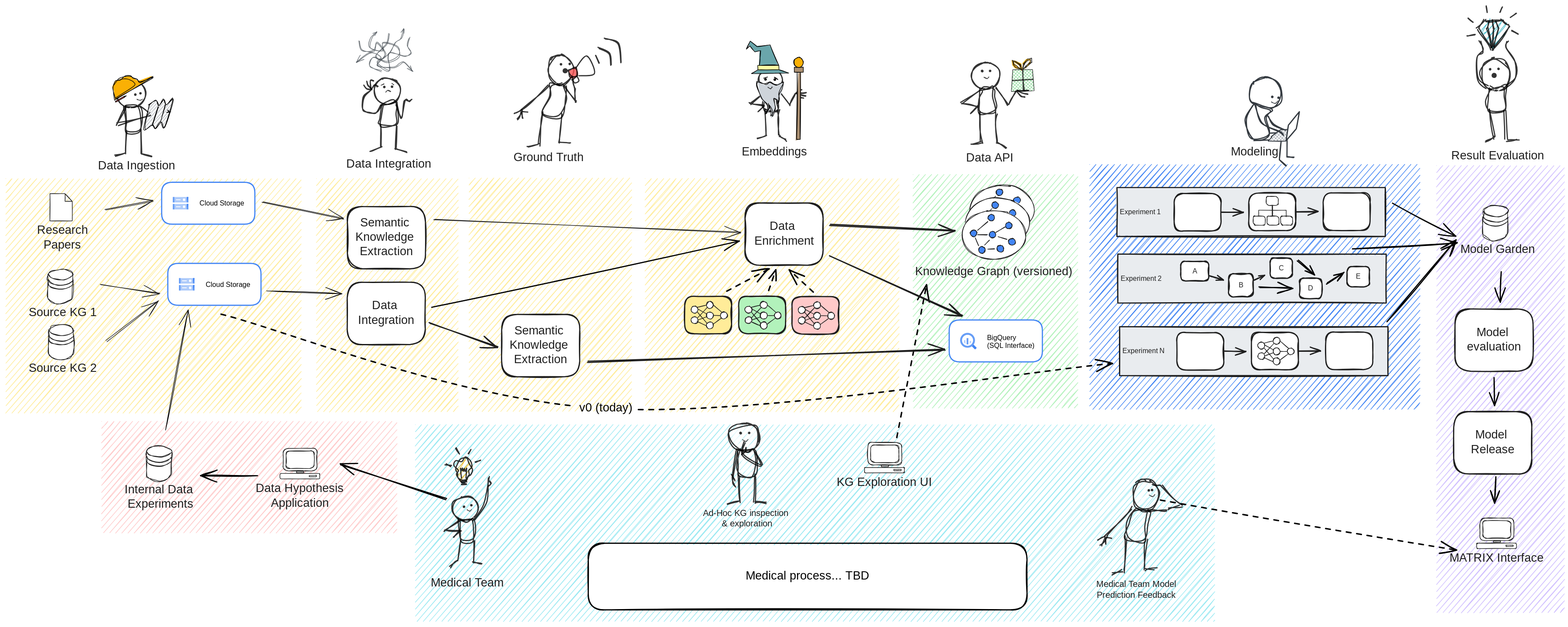
The Excalidraw diagram docs/src/assets/img/e2e_flow_simple.excalidraw.svg in everycure-org/matrix, before a commit. Source tidied: one line per element, renumbered; positions are measured from the earlier drawing's top-left corner, leaving out a move shared by most shapes.
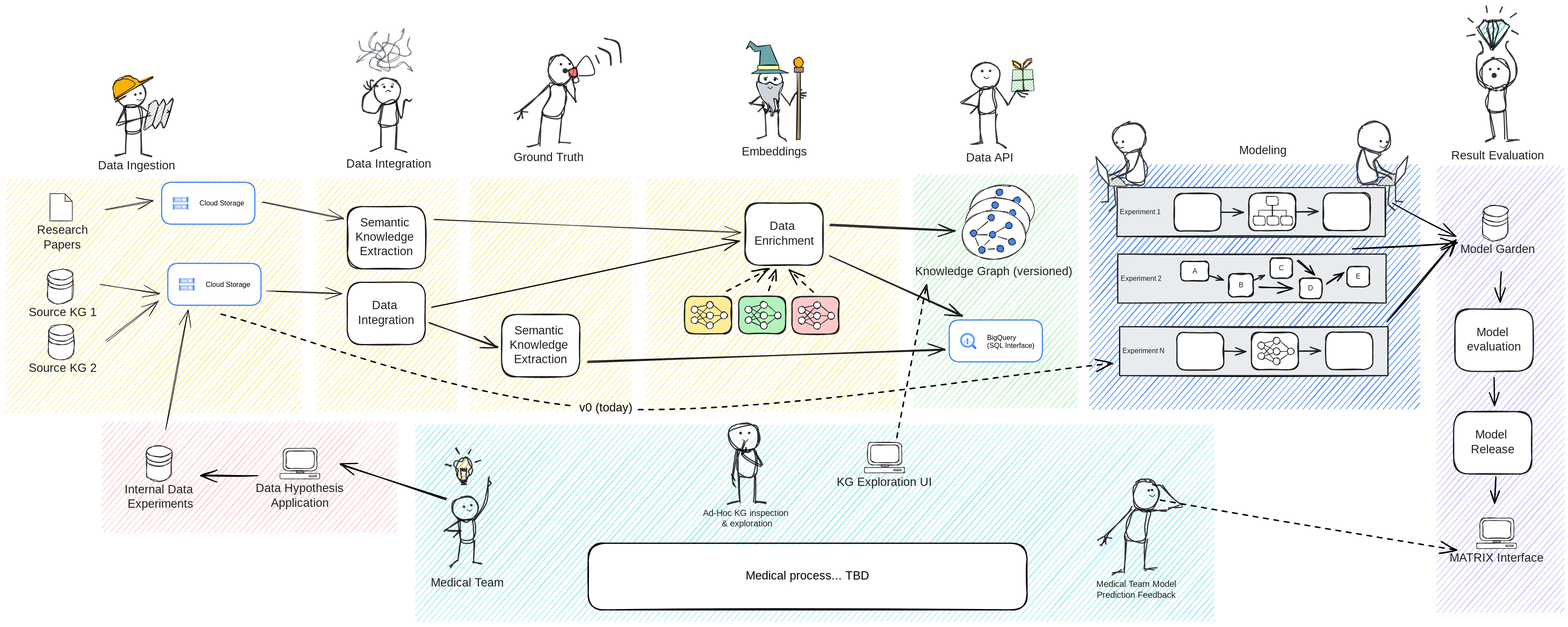
The same file after the commit.

Change to the diagram source:
```diff
@@ -373,21 +373,21 @@
 {"id": 372, "type": "arrow", "strokeColor": "#000000", "backgroundColor": "#b2f2bb", "fillStyle": "solid", "strokeWidth": 2, "strokeStyle": "dashed", "roughness": 1, "endArrowhead": "arrow", "round": true, "from": 339, "to": 94, "x": 1237, "y": 490, "width": 73, "height": 38, "points": [[0, 0], [73, -38]]}
 {"id": 373, "type": "arrow", "strokeColor": "#000000", "backgroundColor": "#ffc9c9", "fillStyle": "solid", "strokeWidth": 2, "strokeStyle": "dashed", "roughness": 1, "endArrowhead": "arrow", "round": true, "from": 75, "to": 114, "x": 369, "y": 529, "width": 1531, "height": 162, "points": [[0, 0], [660, 162], [1531, 85]]}
 {"id": 374, "type": "text", "text": "v0 (today)", "strokeColor": "#000000", "backgroundColor": "#ffc9c9", "fillStyle": "solid", "strokeWidth": 2, "strokeStyle": "dashed", "roughness": 1, "fontSize": 20, "fontFamily": 1, "textAlign": "center", "verticalAlign": "middle", "inside": 373, "x": 702, "y": 324, "width": 106, "height": 25}
-{"id": 375, "type": "text", "text": "Modeling", "strokeColor": "#1e1e1e", "backgroundColor": "#fff", "fillStyle": "solid", "strokeWidth": 1, "roughness": 1, "fontSize": 20, "fontFamily": 1, "textAlign": "center", "x": 2105, "y": 239, "width": 78, "height": 25}
+{"id": 375, "type": "text", "text": "Modeling", "strokeColor": "#1e1e1e", "backgroundColor": "#fff", "fillStyle": "solid", "strokeWidth": 1, "roughness": 1, "fontSize": 20, "fontFamily": 1, "textAlign": "center", "x": 2120, "y": 236, "width": 78, "height": 25}
-{"id": 376, "type": "ellipse", "strokeColor": "#343a40", "backgroundColor": "#ffffff", "fillStyle": "hachure", "strokeWidth": 2, "roughness": 2, "x": 2134, "y": 123, "width": 57, "height": 54}
+{"id": 376, "type": "ellipse", "strokeColor": "#343a40", "backgroundColor": "#ffffff", "fillStyle": "hachure", "strokeWidth": 2, "roughness": 2, "x": 2320, "y": 199, "width": 57, "height": 54}
-{"id": 377, "type": "line", "strokeColor": "#343a40", "backgroundColor": "#ffffff", "fillStyle": "solid", "strokeWidth": 2, "roughness": 2, "round": true, "x": 2144, "y": 169, "width": 40, "height": 59, "points": [[0, 0], [-13, 24], [-5, 59], [25, 53], [18, 25], [27, 8], [10, 5], [0, 0]]}
+{"id": 377, "type": "line", "strokeColor": "#343a40", "backgroundColor": "#ffffff", "fillStyle": "solid", "strokeWidth": 2, "roughness": 2, "round": true, "x": 2330, "y": 245, "width": 35, "height": 59, "points": [[0, 0], [-8, 27], [-5, 59], [25, 53], [18, 25], [27, 8], [10, 5], [0, 0]]}
-{"id": 378, "type": "freedraw", "strokeColor": "#343a40", "backgroundColor": "#ffffff", "fillStyle": "cross-hatch", "strokeWidth": 1, "roughness": 1, "x": 2174, "y": 156, "width": 0, "height": 0, "points": [[0, 0], [0, 0]]}
+{"id": 378, "type": "freedraw", "strokeColor": "#343a40", "backgroundColor": "#ffffff", "fillStyle": "cross-hatch", "strokeWidth": 1, "roughness": 1, "x": 2361, "y": 232, "width": 0, "height": 0, "points": [[0, 0], [0, 0]]}
-{"id": 379, "type": "freedraw", "strokeColor": "#343a40", "backgroundColor": "#ffffff", "fillStyle": "cross-hatch", "strokeWidth": 1, "roughness": 1, "x": 2185, "y": 158, "width": 0, "height": 1, "points": [[0, 0], [0, -1], [0, 0]]}
+{"id": 379, "type": "freedraw", "strokeColor": "#343a40", "backgroundColor": "#ffffff", "fillStyle": "cross-hatch", "strokeWidth": 1, "roughness": 1, "x": 2371, "y": 234, "width": 0, "height": 1, "points": [[0, 0], [0, -1], [0, 0]]}
-{"id": 380, "type": "line", "strokeColor": "#343a40", "angle": 3.15, "backgroundColor": "#ffffff", "fillStyle": "cross-hatch", "strokeWidth": 1, "roughness": 1, "round": true, "x": 2173, "y": 167, "width": 10, "height": 4, "points": [[0, 0], [4, -4], [10, -2]]}
+{"id": 380, "type": "line", "strokeColor": "#343a40", "angle": 3.15, "backgroundColor": "#ffffff", "fillStyle": "cross-hatch", "strokeWidth": 1, "roughness": 1, "round": true, "x": 2359, "y": 243, "width": 10, "height": 4, "points": [[0, 0], [4, -4], [10, -2]]}
-{"id": 381, "type": "line", "strokeColor": "#343a40", "backgroundColor": "#ffffff", "fillStyle": "solid", "strokeWidth": 2, "roughness": 1, "x": 2170, "y": 218, "width": 30, "height": 43, "points": [[0, 0], [30, -2], [29, 41]]}
+{"id": 381, "type": "line", "strokeColor": "#343a40", "backgroundColor": "#ffffff", "fillStyle": "solid", "strokeWidth": 2, "roughness": 1, "x": 2356, "y": 295, "width": 30, "height": 43, "points": [[0, 0], [30, -2], [29, 41]]}
-{"id": 382, "type": "line", "strokeColor": "#343a40", "backgroundColor": "#ffffff", "fillStyle": "solid", "strokeWidth": 2, "roughness": 1, "x": 2143, "y": 231, "width": 47, "height": 35, "points": [[0, 0], [47, -2], [44, 33]]}
+{"id": 382, "type": "line", "strokeColor": "#343a40", "backgroundColor": "#ffffff", "fillStyle": "solid", "strokeWidth": 2, "roughness": 1, "x": 2329, "y": 307, "width": 47, "height": 35, "points": [[0, 0], [47, -2], [44, 33]]}
-{"id": 383, "type": "line", "strokeColor": "#343a40", "backgroundColor": "#ffffff", "fillStyle": "solid", "strokeWidth": 2, "roughness": 1, "round": true, "x": 2187, "y": 265, "width": 11, "height": 10, "points": [[0, 0], [11, 10]]}
+{"id": 383, "type": "line", "strokeColor": "#343a40", "backgroundColor": "#ffffff", "fillStyle": "solid", "strokeWidth": 2, "roughness": 1, "round": true, "x": 2373, "y": 341, "width": 11, "height": 10, "points": [[0, 0], [11, 10]]}
-{"id": 384, "type": "line", "strokeColor": "#343a40", "backgroundColor": "#ffffff", "fillStyle": "solid", "strokeWidth": 2, "roughness": 1, "round": true, "x": 2200, "y": 259, "width": 11, "height": 1, "points": [[0, 0], [11, 1]]}
+{"id": 384, "type": "line", "strokeColor": "#343a40", "backgroundColor": "#ffffff", "fillStyle": "solid", "strokeWidth": 2, "roughness": 1, "round": true, "x": 2386, "y": 335, "width": 11, "height": 1, "points": [[0, 0], [11, 1]]}
-{"id": 385, "type": "line", "strokeColor": "#343a40", "backgroundColor": "#ffffff", "fillStyle": "solid", "strokeWidth": 1, "roughness": 1, "x": 2172, "y": 225, "width": 47, "height": 20, "points": [[0, 0], [16, -12], [42, -13], [25, 8], [-5, 8], [2, 0]]}
+{"id": 385, "type": "line", "strokeColor": "#343a40", "backgroundColor": "#ffffff", "fillStyle": "solid", "strokeWidth": 1, "roughness": 1, "x": 2359, "y": 301, "width": 47, "height": 20, "points": [[0, 0], [16, -12], [42, -13], [25, 8], [-5, 8], [2, 0]]}
-{"id": 386, "type": "line", "strokeColor": "#343a40", "backgroundColor": "#868e96", "fillStyle": "cross-hatch", "strokeWidth": 1, "roughness": 1, "x": 2172, "y": 225, "width": 47, "height": 20, "points": [[0, 0], [16, -12], [42, -13], [25, 8], [-5, 8], [2, 0]]}
+{"id": 386, "type": "line", "strokeColor": "#343a40", "backgroundColor": "#868e96", "fillStyle": "cross-hatch", "strokeWidth": 1, "roughness": 1, "x": 2358, "y": 301, "width": 47, "height": 20, "points": [[0, 0], [16, -12], [42, -13], [25, 8], [-5, 8], [2, 0]]}
-{"id": 387, "type": "line", "strokeColor": "#343a40", "backgroundColor": "#ffffff", "fillStyle": "solid", "strokeWidth": 2, "roughness": 1, "x": 2198, "y": 231, "width": 23, "height": 50, "points": [[0, 0], [4, -27], [23, -50], [18, -20], [0, 0]]}
+{"id": 387, "type": "line", "strokeColor": "#343a40", "backgroundColor": "#ffffff", "fillStyle": "solid", "strokeWidth": 2, "roughness": 1, "x": 2384, "y": 307, "width": 23, "height": 50, "points": [[0, 0], [4, -27], [23, -50], [18, -20], [0, 0]]}
-{"id": 388, "type": "line", "strokeColor": "#343a40", "backgroundColor": "#ffffff", "fillStyle": "solid", "strokeWidth": 2, "roughness": 1, "round": true, "x": 2166, "y": 188, "width": 30, "height": 25, "points": [[0, 0], [11, 15], [30, 25]]}
+{"id": 388, "type": "line", "strokeColor": "#343a40", "backgroundColor": "#ffffff", "fillStyle": "solid", "strokeWidth": 2, "roughness": 1, "round": true, "x": 2352, "y": 264, "width": 30, "height": 25, "points": [[0, 0], [11, 15], [30, 25]]}
-{"id": 389, "type": "line", "strokeColor": "#343a40", "backgroundColor": "#ffffff", "fillStyle": "solid", "strokeWidth": 2, "roughness": 1, "round": true, "x": 2146, "y": 171, "width": 47, "height": 50, "points": [[0, 0], [11, 31], [40, 46], [47, 50]]}
+{"id": 389, "type": "line", "strokeColor": "#343a40", "backgroundColor": "#ffffff", "fillStyle": "solid", "strokeWidth": 2, "roughness": 1, "round": true, "x": 2332, "y": 247, "width": 47, "height": 50, "points": [[0, 0], [11, 31], [40, 46], [47, 50]]}
 {"id": 390, "type": "ellipse", "strokeColor": "#1e1e1e", "backgroundColor": "#fff", "fillStyle": "solid", "strokeWidth": 1, "roughness": 1, "opacity": 0, "x": 39, "y": 301, "width": 117, "height": 117}
 {"id": 391, "type": "line", "strokeColor": "#1e1e1e", "backgroundColor": "#fff", "fillStyle": "solid", "strokeWidth": 1, "roughness": 1, "x": 76, "y": 322, "width": 38, "height": 47, "points": [[0, 0], [0, 47], [38, 47], [38, 13], [26, 13], [26, 0], [38, 13], [26, 0], [0, 0]]}
 {"id": 392, "type": "text", "text": "Research\nPapers", "strokeColor": "#1e1e1e", "backgroundColor": "#fff", "fillStyle": "solid", "strokeWidth": 1, "roughness": 1, "fontSize": 20, "fontFamily": 1, "textAlign": "center", "x": 53, "y": 373, "width": 88, "height": 50}
@@ -458,3 +458,17 @@
 {"id": 457, "type": "arrow", "strokeColor": "#1e1e1e", "backgroundColor": "#ffec99", "fillStyle": "solid", "strokeWidth": 2, "roughness": 1, "endArrowhead": "arrow", "round": true, "from": 94, "to": 50, "x": 1416, "y": 376, "width": 214, "height": 10, "points": [[0, 0], [214, 10]]}
 {"id": 458, "type": "arrow", "strokeColor": "#1e1e1e", "backgroundColor": "#ffec99", "fillStyle": "solid", "strokeWidth": 2, "roughness": 1, "endArrowhead": "arrow", "round": true, "from": 89, "to": 454, "x": 728, "y": 545, "width": 116, "height": 40, "points": [[0, 0], [116, 40]]}
 {"id": 459, "type": "arrow", "strokeColor": "#1e1e1e", "backgroundColor": "#ffec99", "fillStyle": "solid", "strokeWidth": 2, "roughness": 1, "endArrowhead": "arrow", "round": true, "from": 454, "to": 66, "x": 999, "y": 611, "width": 614, "height": 20, "points": [[0, 0], [614, -20]]}
+{"id": 460, "type": "ellipse", "strokeColor": "#343a40", "backgroundColor": "#ffffff", "fillStyle": "hachure", "strokeWidth": 2, "roughness": 2, "x": 1902, "y": 200, "width": 57, "height": 54}
+{"id": 461, "type": "line", "strokeColor": "#343a40", "backgroundColor": "#ffffff", "fillStyle": "solid", "strokeWidth": 2, "roughness": 2, "round": true, "x": 1947, "y": 246, "width": 35, "height": 59, "points": [[0, 0], [8, 27], [5, 59], [-25, 53], [-18, 25], [-27, 8], [-10, 5], [0, 0]]}
+{"id": 462, "type": "freedraw", "strokeColor": "#343a40", "backgroundColor": "#ffffff", "fillStyle": "cross-hatch", "strokeWidth": 1, "roughness": 1, "x": 1918, "y": 233, "width": 0, "height": 0, "points": [[0, 0], [0, 0]]}
+{"id": 463, "type": "freedraw", "strokeColor": "#343a40", "backgroundColor": "#ffffff", "fillStyle": "cross-hatch", "strokeWidth": 1, "roughness": 1, "x": 1907, "y": 235, "width": 0, "height": 1, "points": [[0, 0], [0, -1], [0, 0]]}
+{"id": 464, "type": "line", "strokeColor": "#343a40", "angle": 3.13, "backgroundColor": "#ffffff", "fillStyle": "cross-hatch", "strokeWidth": 1, "roughness": 1, "round": true, "x": 1919, "y": 244, "width": 10, "height": 4, "points": [[0, 0], [-4, -4], [-10, -2]]}
+{"id": 465, "type": "line", "strokeColor": "#343a40", "backgroundColor": "#ffffff", "fillStyle": "solid", "strokeWidth": 2, "roughness": 1, "x": 1922, "y": 296, "width": 30, "height": 43, "points": [[0, 0], [-30, -2], [-29, 41]]}
+{"id": 466, "type": "line", "strokeColor": "#343a40", "backgroundColor": "#ffffff", "fillStyle": "solid", "strokeWidth": 2, "roughness": 1, "x": 1950, "y": 308, "width": 47, "height": 35, "points": [[0, 0], [-47, -2], [-44, 33]]}
+{"id": 467, "type": "line", "strokeColor": "#343a40", "backgroundColor": "#ffffff", "fillStyle": "solid", "strokeWidth": 2, "roughness": 1, "round": true, "x": 1905, "y": 342, "width": 11, "height": 10, "points": [[0, 0], [-11, 10]]}
+{"id": 468, "type": "line", "strokeColor": "#343a40", "backgroundColor": "#ffffff", "fillStyle": "solid", "strokeWidth": 2, "roughness": 1, "round": true, "x": 1893, "y": 336, "width": 11, "height": 1, "points": [[0, 0], [-11, 1]]}
+{"id": 469, "type": "line", "strokeColor": "#343a40", "backgroundColor": "#ffffff", "fillStyle": "solid", "strokeWidth": 1, "roughness": 1, "x": 1920, "y": 302, "width": 47, "height": 20, "points": [[0, 0], [-16, -12], [-42, -13], [-25, 8], [5, 8], [-2, 0]]}
+{"id": 470, "type": "line", "strokeColor": "#343a40", "backgroundColor": "#868e96", "fillStyle": "cross-hatch", "strokeWidth": 1, "roughness": 1, "x": 1920, "y": 302, "width": 47, "height": 20, "points": [[0, 0], [-16, -12], [-42, -13], [-25, 8], [5, 8], [-2, 0]]}
+{"id": 471, "type": "line", "strokeColor": "#343a40", "backgroundColor": "#ffffff", "fillStyle": "solid", "strokeWidth": 2, "roughness": 1, "x": 1894, "y": 309, "width": 23, "height": 50, "points": [[0, 0], [-4, -27], [-23, -50], [-18, -20], [0, 0]]}
+{"id": 472, "type": "line", "strokeColor": "#343a40", "backgroundColor": "#ffffff", "fillStyle": "solid", "strokeWidth": 2, "roughness": 1, "round": true, "x": 1926, "y": 265, "width": 30, "height": 25, "points": [[0, 0], [-11, 15], [-30, 25]]}
+{"id": 473, "type": "line", "strokeColor": "#343a40", "backgroundColor": "#ffffff", "fillStyle": "solid", "strokeWidth": 2, "roughness": 1, "round": true, "x": 1947, "y": 248, "width": 47, "height": 50, "points": [[0, 0], [-11, 31], [-40, 46], [-47, 50]]}
```
